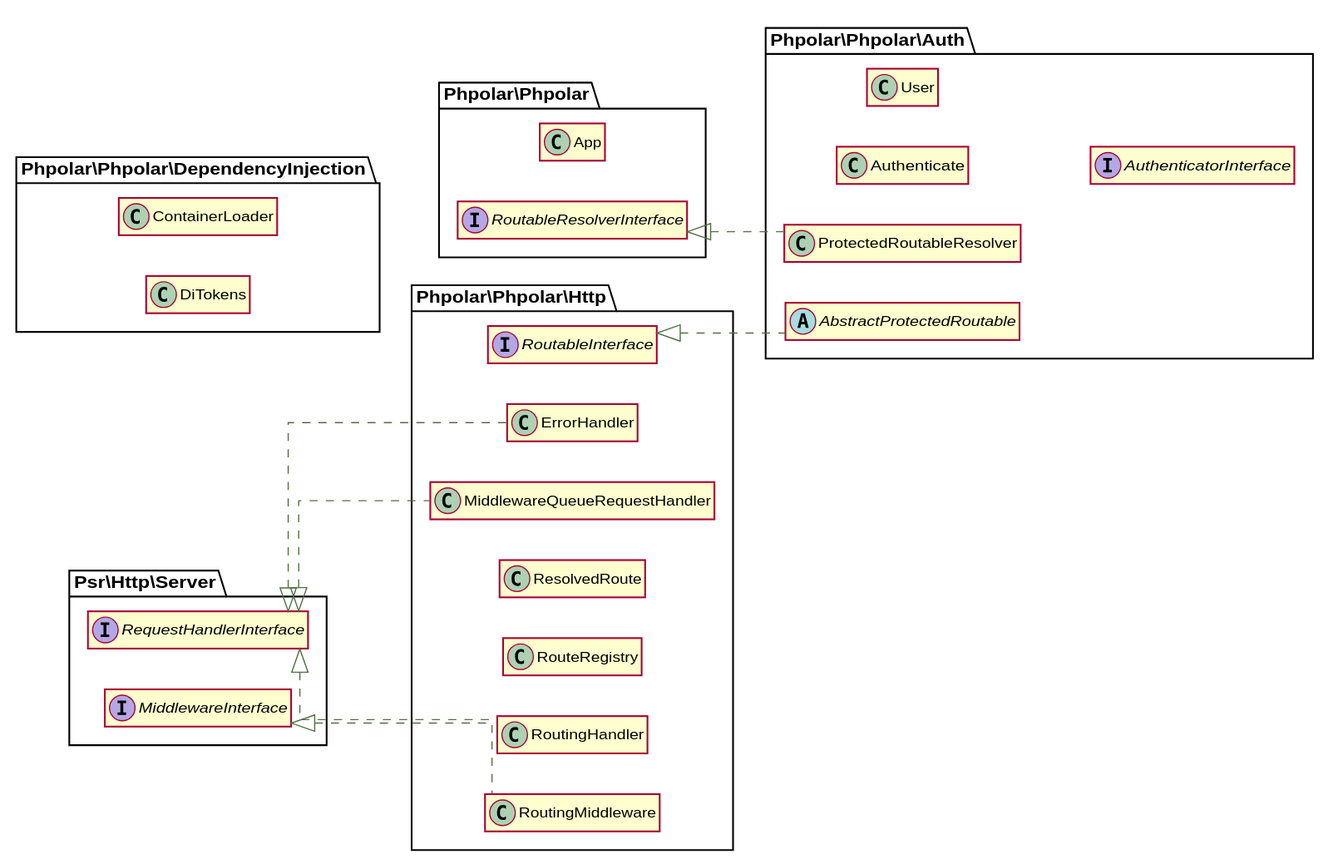
phpolar/phpolar keeps this PlantUML diagram as docs/graphs/classes.svg. Above is the earlier version.
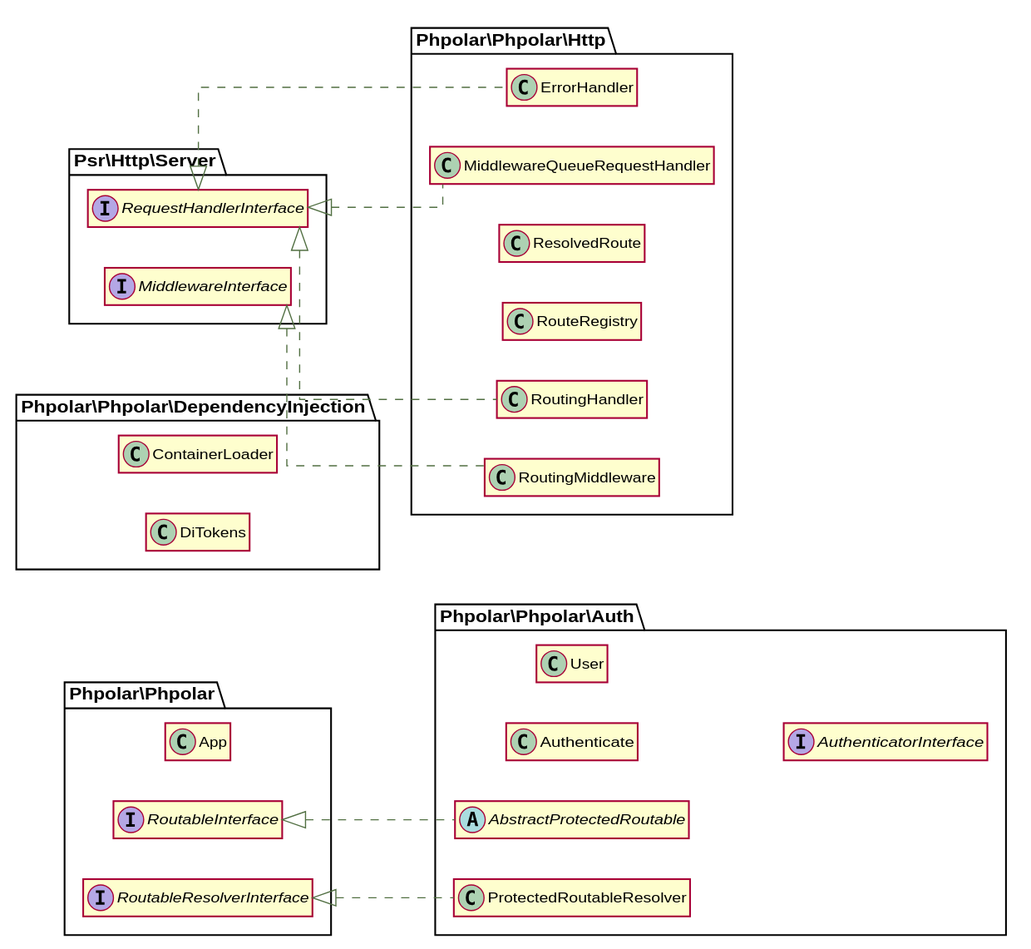
The same file after the commit.

Change to the diagram source:
```diff
@@ -16,10 +16,13 @@
 class \\Phpolar\\Phpolar\\App {
 }
 
+interface \\Phpolar\\Phpolar\\RoutableInterface {
+}
+
 interface \\Phpolar\\Phpolar\\RoutableResolverInterface {
 }
 
-abstract class \\Phpolar\\Phpolar\\Auth\\AbstractProtectedRoutable implements \\Phpolar\\Phpolar\\Http\\RoutableInterface {
+abstract class \\Phpolar\\Phpolar\\Auth\\AbstractProtectedRoutable implements \\Phpolar\\Phpolar\\RoutableInterface {
 }
 
 class \\Phpolar\\Phpolar\\Auth\\Authenticate {
@@ -58,7 +61,4 @@
 class \\Phpolar\\Phpolar\\Http\\RoutingMiddleware implements \\Psr\\Http\\Server\\MiddlewareInterface {
 }
 
-interface \\Phpolar\\Phpolar\\Http\\RoutableInterface {
-}
-
 @enduml
```
